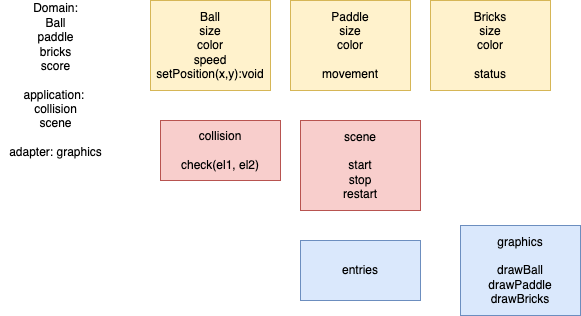
Earlier version of the draw.io export doc.drawio.png (nialvi/breakoutjs). Source tidied: cells renumbered, new cells last; positions are measured from the earlier drawing's top-left corner, leaving out a move shared by most shapes.
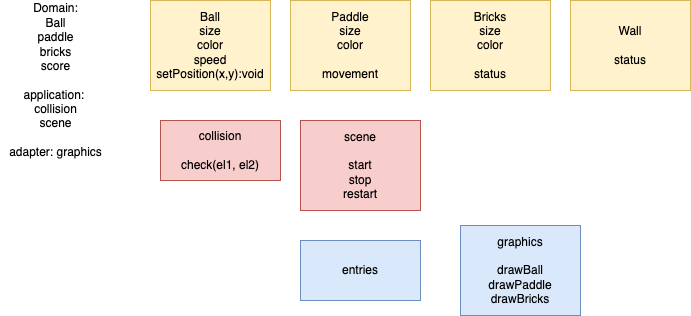
The same file after the commit.

Diff of the diagram source:
```diff
@@ -26,5 +26,8 @@
     <mxCell id="9" value="entries" style="whiteSpace=wrap;html=1;fillColor=#dae8fc;strokeColor=#6c8ebf;" parent="1" vertex="1">
       <mxGeometry x="300" y="240" width="120" height="60" as="geometry" />
     </mxCell>
+    <mxCell id="10" value="Wall&lt;br&gt;&lt;br&gt;status" style="whiteSpace=wrap;html=1;fillColor=#fff2cc;strokeColor=#d6b656;" parent="1" vertex="1">
+      <mxGeometry x="570" width="120" height="90" as="geometry" />
+    </mxCell>
   </root>
 </mxGraphModel>
```
